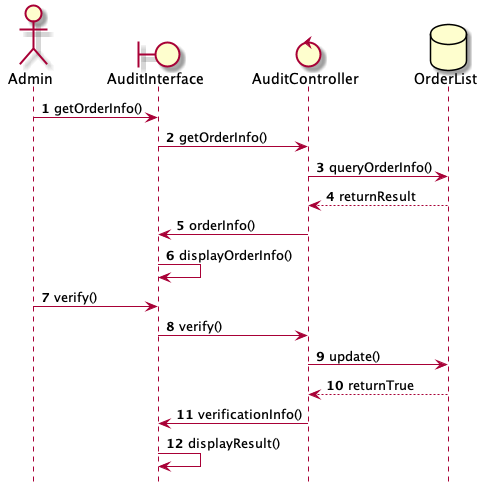
Above: report/figure/sequenceDiagram/sd_audit_order.png in wwyf/Waterfall (PlantUML), before the change. Its diagram source:
```plantuml
@startuml
	hide footbox

	actor Admin as act
	boundary AuditInterface as bou
	control AuditController as con
	database OrderList as db

	autonumber
	act -> bou : getOrderInfo()
	bou -> con : getOrderInfo()
	con -> db : queryOrderInfo()
	db --> con : returnResult
	con -> bou : orderInfo()
	bou -> bou : displayOrderInfo()
	act -> bou : verify()
	bou -> con : verify()
	con -> db : update()
	db --> con : returnTrue
	con -> bou : verificationInfo()
	bou -> bou : displayResult()

@enduml
```
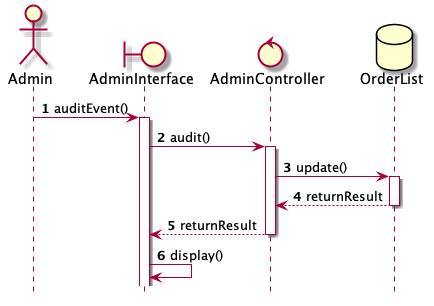
After the commit.

Change to the diagram source:
```diff
@@ -2,22 +2,26 @@
 	hide footbox
 
 	actor Admin as act
-	boundary AuditInterface as bou
-	control AuditController as con
+	boundary AdminInterface as bou
+	control AdminController as con
 	database OrderList as db
 
 	autonumber
-	act -> bou : getOrderInfo()
-	bou -> con : getOrderInfo()
-	con -> db : queryOrderInfo()
+	act -> bou : auditEvent()
+	activate bou
+
+	bou -> con : audit()
+	activate con
+
+	con -> db : update()
+	activate db
+
 	db --> con : returnResult
-	con -> bou : orderInfo()
-	bou -> bou : displayOrderInfo()
-	act -> bou : verify()
-	bou -> con : verify()
-	con -> db : update()
-	db --> con : returnTrue
-	con -> bou : verificationInfo()
-	bou -> bou : displayResult()
+	deactivate db
+
+	con --> bou : returnResult
+	deactivate con
+
+	bou -> bou : display()
 
 @enduml
```
